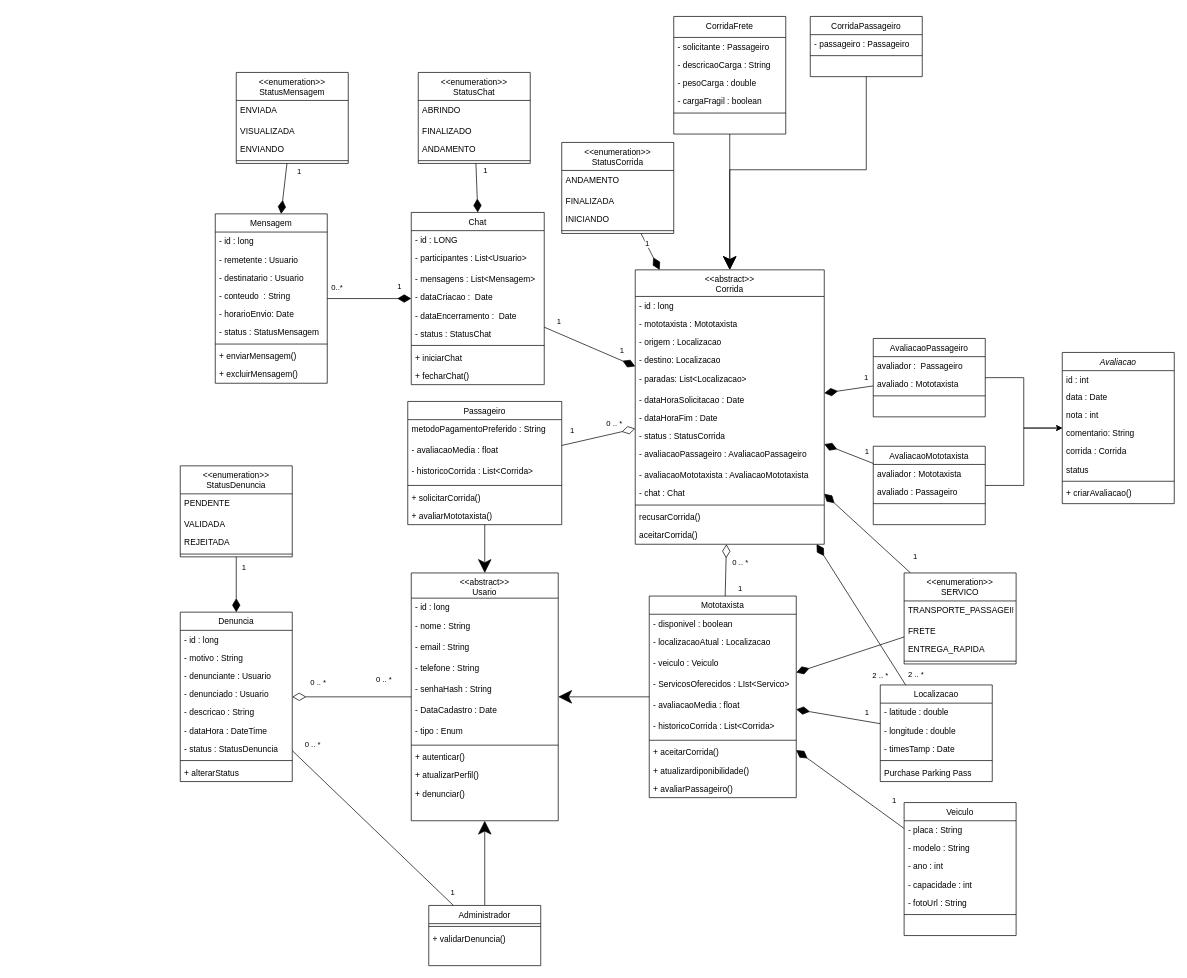
Earlier version of the draw.io diagram Diagrama de classe.drawio (josevictoraraujorojas/Route-Pires). Source tidied: cells renumbered, new cells numbered last; positions are measured from the earlier drawing's top-left corner, leaving out a move shared by most shapes. Both pictures are drawn from the tidied source at 70%, with x=0, y=0 at pixel (180, 16).
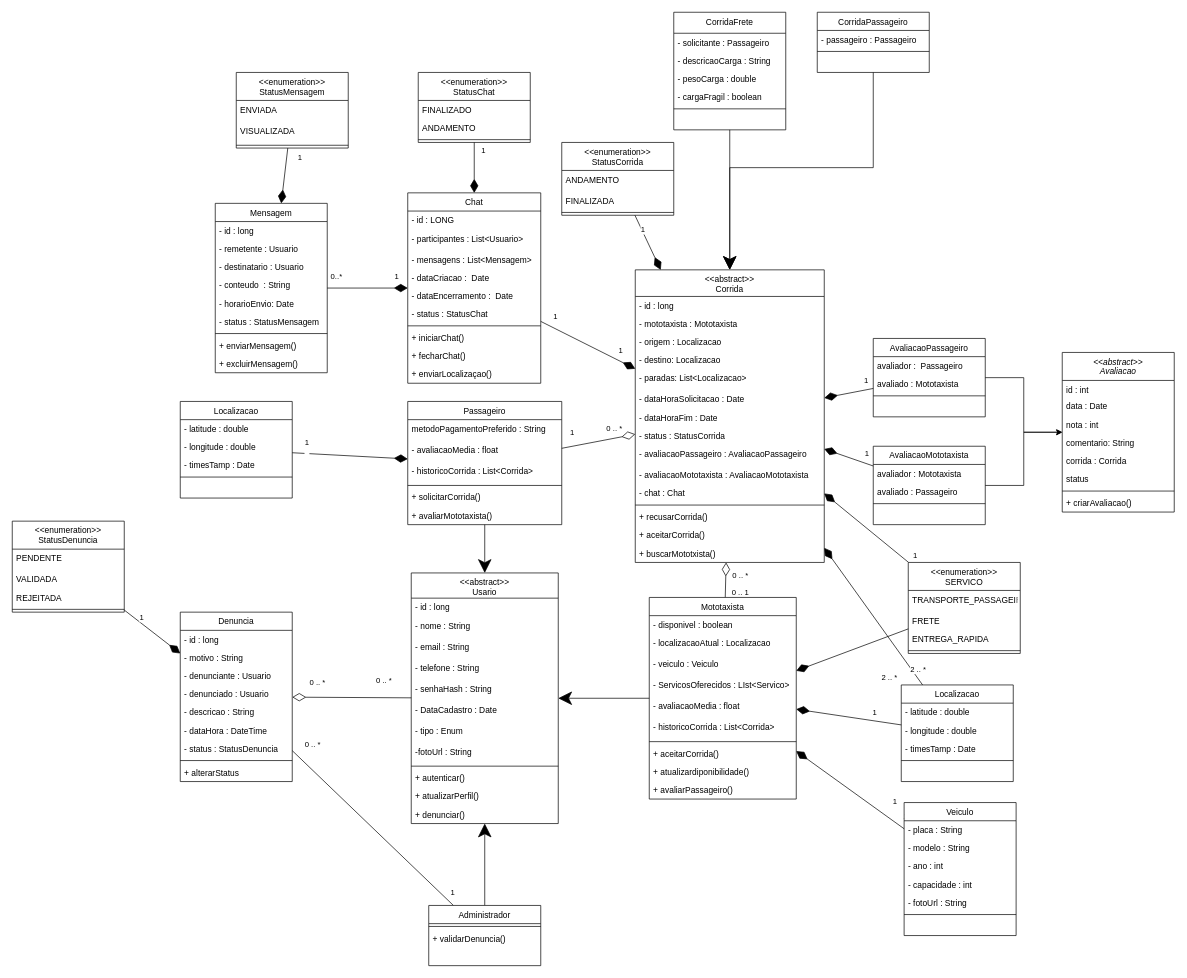
Above is the later version.

Unchanged cells that the change refers to:
```xml
<mxCell id="78" style="rounded=0;jettySize=auto;html=1;endArrow=diamondThin;startFill=0;endFill=0;endSize=17;" parent="1" edge="1" source="81" target="5">
  <mxGeometry relative="1" as="geometry" />
</mxCell>
<mxCell id="121" value="Passageiro" style="swimlane;fontStyle=0;align=center;verticalAlign=top;horizontal=1;startSize=26;rounded=0;shadow=0;strokeWidth=1;" parent="1" vertex="1">
  <mxGeometry x="325" y="550" width="220" height="176" as="geometry" />
</mxCell>
```

Change to the diagram source:
```diff
@@
     <mxCell id="5" value="&lt;&lt;abstract&gt;&gt;&#10;Corrida" style="swimlane;fontStyle=0;align=center;verticalAlign=top;horizontal=1;startSize=38;rounded=0;shadow=0;strokeWidth=1;" parent="1" vertex="1">
-      <mxGeometry x="650" y="362" width="270" height="392" as="geometry" />
+      <mxGeometry x="650" y="362" width="270" height="418" as="geometry" />
     </mxCell>
@@
-    <mxCell id="18" value="recusarCorrida()" style="text;align=left;verticalAlign=top;spacingLeft=4;spacingRight=4;overflow=hidden;" parent="5" vertex="1">
+    <mxCell id="18" value="+ recusarCorrida()" style="text;align=left;verticalAlign=top;spacingLeft=4;spacingRight=4;overflow=hidden;" parent="5" vertex="1">
       <mxGeometry y="340" width="270" height="26" as="geometry" />
     </mxCell>
-    <mxCell id="19" value="aceitarCorrida()" style="text;align=left;verticalAlign=top;spacingLeft=4;spacingRight=4;overflow=hidden;" parent="5" vertex="1">
+    <mxCell id="19" value="+ aceitarCorrida()" style="text;align=left;verticalAlign=top;spacingLeft=4;spacingRight=4;overflow=hidden;" parent="5" vertex="1">
       <mxGeometry y="366" width="270" height="26" as="geometry" />
     </mxCell>
+    <mxCell id="192" value="+ buscarMototxista()" style="text;align=left;verticalAlign=top;spacingLeft=4;spacingRight=4;overflow=hidden;" parent="5" vertex="1">
+      <mxGeometry y="392" width="270" height="26" as="geometry" />
+    </mxCell>
@@
     <mxCell id="21" value="CorridaPassageiro" style="swimlane;fontStyle=0;align=center;verticalAlign=top;horizontal=1;startSize=26;rounded=0;shadow=0;strokeWidth=1;" parent="1" vertex="1">
-      <mxGeometry x="900" width="160" height="86" as="geometry" />
+      <mxGeometry x="910" y="-6" width="160" height="86" as="geometry" />
     </mxCell>
@@
     <mxCell id="25" value="CorridaFrete" style="swimlane;fontStyle=0;align=center;verticalAlign=top;horizontal=1;startSize=30;rounded=0;shadow=0;strokeWidth=1;" parent="1" vertex="1">
-      <mxGeometry x="705" width="160" height="168" as="geometry" />
+      <mxGeometry x="705" y="-6" width="160" height="168" as="geometry" />
     </mxCell>
@@
     <mxCell id="34" value="Chat" style="swimlane;fontStyle=0;align=center;verticalAlign=top;horizontal=1;startSize=26;rounded=0;shadow=0;strokeWidth=1;" parent="1" vertex="1">
-      <mxGeometry x="330" y="280" width="190" height="246" as="geometry" />
+      <mxGeometry x="325" y="252" width="190" height="272" as="geometry" />
     </mxCell>
@@
-    <mxCell id="42" value="+ iniciarChat" style="text;align=left;verticalAlign=top;spacingLeft=4;spacingRight=4;overflow=hidden;" parent="34" vertex="1">
+    <mxCell id="42" value="+ iniciarChat()" style="text;align=left;verticalAlign=top;spacingLeft=4;spacingRight=4;overflow=hidden;" parent="34" vertex="1">
       <mxGeometry y="194" width="190" height="26" as="geometry" />
     </mxCell>
@@
+    <mxCell id="193" value="+ enviarLocalizaçao()" style="text;align=left;verticalAlign=top;spacingLeft=4;spacingRight=4;overflow=hidden;" parent="34" vertex="1">
+      <mxGeometry y="246" width="190" height="26" as="geometry" />
+    </mxCell>
     <mxCell id="44" value="Mensagem" style="swimlane;fontStyle=0;align=center;verticalAlign=top;horizontal=1;startSize=26;rounded=0;shadow=0;strokeWidth=1;" parent="1" vertex="1">
-      <mxGeometry x="50" y="282" width="160" height="242" as="geometry" />
+      <mxGeometry x="50" y="267" width="160" height="242" as="geometry" />
     </mxCell>
@@
-    <mxCell id="54" value="Avaliacao" style="swimlane;fontStyle=2;align=center;verticalAlign=top;horizontal=1;startSize=26;rounded=0;shadow=0;strokeWidth=1;" parent="1" vertex="1">
-      <mxGeometry x="1260" y="480" width="160" height="216" as="geometry" />
+    <mxCell id="54" value="&lt;&lt;abstract&gt;&gt;&#10;Avaliacao" style="swimlane;fontStyle=2;align=center;verticalAlign=top;horizontal=1;startSize=40;rounded=0;shadow=0;strokeWidth=1;" parent="1" vertex="1">
+      <mxGeometry x="1260" y="480" width="160" height="228" as="geometry" />
     </mxCell>
     <mxCell id="55" value="id : int" style="text;align=left;verticalAlign=top;spacingLeft=4;spacingRight=4;overflow=hidden;" parent="54" vertex="1">
-      <mxGeometry y="26" width="160" height="24" as="geometry" />
+      <mxGeometry y="40" width="160" height="24" as="geometry" />
     </mxCell>
     <mxCell id="56" value="data : Date" style="text;align=left;verticalAlign=top;spacingLeft=4;spacingRight=4;overflow=hidden;" parent="54" vertex="1">
-      <mxGeometry y="50" width="160" height="26" as="geometry" />
+      <mxGeometry y="64" width="160" height="26" as="geometry" />
     </mxCell>
     <mxCell id="57" value="nota : int " style="text;align=left;verticalAlign=top;spacingLeft=4;spacingRight=4;overflow=hidden;" parent="54" vertex="1">
-      <mxGeometry y="76" width="160" height="26" as="geometry" />
+      <mxGeometry y="90" width="160" height="26" as="geometry" />
     </mxCell>
     <mxCell id="58" value="comentario: String" style="text;align=left;verticalAlign=top;spacingLeft=4;spacingRight=4;overflow=hidden;" parent="54" vertex="1">
-      <mxGeometry y="102" width="160" height="26" as="geometry" />
+      <mxGeometry y="116" width="160" height="26" as="geometry" />
     </mxCell>
     <mxCell id="59" value="corrida : Corrida" style="text;align=left;verticalAlign=top;spacingLeft=4;spacingRight=4;overflow=hidden;" parent="54" vertex="1">
-      <mxGeometry y="128" width="160" height="26" as="geometry" />
+      <mxGeometry y="142" width="160" height="26" as="geometry" />
     </mxCell>
     <mxCell id="60" value="status" style="text;align=left;verticalAlign=top;spacingLeft=4;spacingRight=4;overflow=hidden;" parent="54" vertex="1">
-      <mxGeometry y="154" width="160" height="26" as="geometry" />
+      <mxGeometry y="168" width="160" height="26" as="geometry" />
     </mxCell>
     <mxCell id="61" style="line;html=1;strokeWidth=1;align=left;verticalAlign=middle;spacingTop=-1;spacingLeft=3;spacingRight=3;labelPosition=right;" parent="54" vertex="1">
-      <mxGeometry y="180" width="160" height="8" as="geometry" />
+      <mxGeometry y="194" width="160" height="8" as="geometry" />
     </mxCell>
     <mxCell id="62" value="+ criarAvaliacao()" style="text;align=left;verticalAlign=top;spacingLeft=4;spacingRight=4;overflow=hidden;" parent="54" vertex="1">
-      <mxGeometry y="188" width="160" height="26" as="geometry" />
+      <mxGeometry y="202" width="160" height="26" as="geometry" />
     </mxCell>
@@
-    <mxCell id="80" value="1" style="edgeLabel;html=1;align=center;verticalAlign=middle;" parent="78" vertex="1">
+    <mxCell id="80" value="0 .. 1" style="edgeLabel;html=1;align=center;verticalAlign=middle;" parent="78" vertex="1">
       <mxGeometry x="-0.67" y="-1" relative="1" as="geometry">
         <mxPoint x="20" as="offset" />
       </mxGeometry>
     </mxCell>
     <mxCell id="81" value="Mototaxista" style="swimlane;fontStyle=0;align=center;verticalAlign=top;horizontal=1;startSize=26;rounded=0;shadow=0;strokeWidth=1;" parent="1" vertex="1">
-      <mxGeometry x="670" y="828" width="210" height="288" as="geometry" />
+      <mxGeometry x="670" y="830" width="210" height="288" as="geometry" />
     </mxCell>
@@
     <mxCell id="105" value="&lt;&lt;abstract&gt;&gt;&#10;Usario" style="swimlane;fontStyle=0;align=center;verticalAlign=top;horizontal=1;startSize=36;rounded=0;shadow=0;strokeWidth=1;" parent="1" vertex="1">
-      <mxGeometry x="330" y="795" width="210" height="354" as="geometry" />
+      <mxGeometry x="330" y="795" width="210" height="358" as="geometry" />
     </mxCell>
@@
+    <mxCell id="194" value="-fotoUrl : String" style="text;align=left;verticalAlign=top;spacingLeft=4;spacingRight=4;overflow=hidden;" parent="105" vertex="1">
+      <mxGeometry y="242" width="210" height="30" as="geometry" />
+    </mxCell>
     <mxCell id="113" style="line;html=1;strokeWidth=1;align=left;verticalAlign=middle;spacingTop=-1;spacingLeft=3;spacingRight=3;labelPosition=right;" parent="105" vertex="1">
-      <mxGeometry y="242" width="210" height="8" as="geometry" />
+      <mxGeometry y="272" width="210" height="8" as="geometry" />
     </mxCell>
     <mxCell id="114" value="+ autenticar()" style="text;align=left;verticalAlign=top;spacingLeft=4;spacingRight=4;overflow=hidden;" parent="105" vertex="1">
-      <mxGeometry y="250" width="210" height="26" as="geometry" />
+      <mxGeometry y="280" width="210" height="26" as="geometry" />
     </mxCell>
     <mxCell id="115" value="+ atualizarPerfil()" style="text;align=left;verticalAlign=top;spacingLeft=4;spacingRight=4;overflow=hidden;" parent="105" vertex="1">
-      <mxGeometry y="276" width="210" height="26" as="geometry" />
+      <mxGeometry y="306" width="210" height="26" as="geometry" />
     </mxCell>
     <mxCell id="116" value="+ denunciar()" style="text;align=left;verticalAlign=top;spacingLeft=4;spacingRight=4;overflow=hidden;" parent="105" vertex="1">
-      <mxGeometry y="302" width="210" height="26" as="geometry" />
+      <mxGeometry y="332" width="210" height="26" as="geometry" />
     </mxCell>
@@
     <mxCell id="132" value="Localizacao" style="swimlane;fontStyle=0;align=center;verticalAlign=top;horizontal=1;startSize=26;rounded=0;shadow=0;strokeWidth=1;" parent="1" vertex="1">
-      <mxGeometry x="1000" y="955" width="160" height="138" as="geometry" />
+      <mxGeometry x="1030" y="955" width="160" height="138" as="geometry" />
     </mxCell>
@@
-    <mxCell id="137" value="Purchase Parking Pass" style="text;align=left;verticalAlign=top;spacingLeft=4;spacingRight=4;overflow=hidden;" parent="132" vertex="1">
-      <mxGeometry y="112" width="160" height="26" as="geometry" />
-    </mxCell>
@@
     <mxCell id="157" value="&lt;&lt;enumeration&gt;&gt;&#10;StatusDenuncia" style="swimlane;fontStyle=0;align=center;verticalAlign=top;horizontal=1;startSize=40;rounded=0;shadow=0;strokeWidth=1;" parent="1" vertex="1">
-      <mxGeometry y="642" width="160" height="130" as="geometry" />
+      <mxGeometry x="-240" y="721" width="160" height="130" as="geometry" />
     </mxCell>
@@
     <mxCell id="166" value="&lt;&lt;enumeration&gt;&gt;&#10;SERVICO" style="swimlane;fontStyle=0;align=center;verticalAlign=top;horizontal=1;startSize=40;rounded=0;shadow=0;strokeWidth=1;" parent="1" vertex="1">
-      <mxGeometry x="1034.1" y="795" width="160" height="130" as="geometry" />
+      <mxGeometry x="1040" y="780" width="160" height="130" as="geometry" />
     </mxCell>
@@
     <mxCell id="173" value="&lt;&lt;enumeration&gt;&gt;&#10;StatusMensagem" style="swimlane;fontStyle=0;align=center;verticalAlign=top;horizontal=1;startSize=40;rounded=0;shadow=0;strokeWidth=1;" parent="1" vertex="1">
-      <mxGeometry x="80" y="80" width="160" height="130" as="geometry" />
+      <mxGeometry x="80" y="80" width="160" height="108" as="geometry" />
     </mxCell>
@@
     <mxCell id="175" value="VISUALIZADA" style="text;align=left;verticalAlign=top;spacingLeft=4;spacingRight=4;overflow=hidden;" parent="173" vertex="1">
-      <mxGeometry y="70" width="160" height="26" as="geometry" />
+      <mxGeometry y="70" width="160" height="30" as="geometry" />
     </mxCell>
-    <mxCell id="176" value="ENVIANDO" style="text;align=left;verticalAlign=top;spacingLeft=4;spacingRight=4;overflow=hidden;" parent="173" vertex="1">
-      <mxGeometry y="96" width="160" height="26" as="geometry" />
-    </mxCell>
     <mxCell id="177" style="line;html=1;strokeWidth=1;align=left;verticalAlign=middle;spacingTop=-1;spacingLeft=3;spacingRight=3;labelPosition=right;" parent="173" vertex="1">
-      <mxGeometry y="122" width="160" height="8" as="geometry" />
+      <mxGeometry y="100" width="160" height="8" as="geometry" />
     </mxCell>
@@
     <mxCell id="180" value="&lt;&lt;enumeration&gt;&gt;&#10;StatusChat" style="swimlane;fontStyle=0;align=center;verticalAlign=top;horizontal=1;startSize=40;rounded=0;shadow=0;strokeWidth=1;" parent="1" vertex="1">
-      <mxGeometry x="340" y="80" width="160" height="130" as="geometry" />
+      <mxGeometry x="340" y="80" width="160" height="100" as="geometry" />
     </mxCell>
-    <mxCell id="181" value="ABRINDO" style="text;align=left;verticalAlign=top;spacingLeft=4;spacingRight=4;overflow=hidden;" parent="180" vertex="1">
-      <mxGeometry y="40" width="160" height="30" as="geometry" />
-    </mxCell>
     <mxCell id="182" value="FINALIZADO" style="text;align=left;verticalAlign=top;spacingLeft=4;spacingRight=4;overflow=hidden;" parent="180" vertex="1">
-      <mxGeometry y="70" width="160" height="26" as="geometry" />
+      <mxGeometry y="40" width="160" height="26" as="geometry" />
     </mxCell>
     <mxCell id="183" value="ANDAMENTO" style="text;align=left;verticalAlign=top;spacingLeft=4;spacingRight=4;overflow=hidden;" parent="180" vertex="1">
-      <mxGeometry y="96" width="160" height="26" as="geometry" />
+      <mxGeometry y="66" width="160" height="26" as="geometry" />
     </mxCell>
     <mxCell id="184" style="line;html=1;strokeWidth=1;align=left;verticalAlign=middle;spacingTop=-1;spacingLeft=3;spacingRight=3;labelPosition=right;" parent="180" vertex="1">
-      <mxGeometry y="122" width="160" height="8" as="geometry" />
+      <mxGeometry y="92" width="160" height="8" as="geometry" />
     </mxCell>
@@
     <mxCell id="187" value="&lt;&lt;enumeration&gt;&gt;&#10;StatusCorrida" style="swimlane;fontStyle=0;align=center;verticalAlign=top;horizontal=1;startSize=40;rounded=0;shadow=0;strokeWidth=1;" parent="1" vertex="1">
-      <mxGeometry x="545" y="180" width="160" height="130" as="geometry" />
+      <mxGeometry x="545" y="180" width="160" height="104" as="geometry" />
     </mxCell>
@@
-    <mxCell id="190" value="INICIANDO" style="text;align=left;verticalAlign=top;spacingLeft=4;spacingRight=4;overflow=hidden;" parent="187" vertex="1">
-      <mxGeometry y="96" width="160" height="26" as="geometry" />
-    </mxCell>
     <mxCell id="191" style="line;html=1;strokeWidth=1;align=left;verticalAlign=middle;spacingTop=-1;spacingLeft=3;spacingRight=3;labelPosition=right;" parent="187" vertex="1">
-      <mxGeometry y="122" width="160" height="8" as="geometry" />
+      <mxGeometry y="96" width="160" height="8" as="geometry" />
     </mxCell>
+    <mxCell id="195" style="rounded=0;jettySize=auto;html=1;endArrow=diamondThin;endFill=1;endSize=17;" parent="1" edge="1" source="197" target="121">
+      <mxGeometry relative="1" as="geometry" />
+    </mxCell>
+    <mxCell id="196" value="1&lt;div&gt;&lt;br&gt;&lt;/div&gt;" style="edgeLabel;html=1;align=center;verticalAlign=middle;" parent="195" vertex="1">
+      <mxGeometry x="-0.75" y="-1" relative="1" as="geometry">
+        <mxPoint y="-10" as="offset" />
+      </mxGeometry>
+    </mxCell>
+    <mxCell id="197" value="Localizacao" style="swimlane;fontStyle=0;align=center;verticalAlign=top;horizontal=1;startSize=26;rounded=0;shadow=0;strokeWidth=1;" parent="1" vertex="1">
+      <mxGeometry y="550" width="160" height="138" as="geometry" />
+    </mxCell>
+    <mxCell id="198" value="- latitude : double" style="text;align=left;verticalAlign=top;spacingLeft=4;spacingRight=4;overflow=hidden;" parent="197" vertex="1">
+      <mxGeometry y="26" width="160" height="26" as="geometry" />
+    </mxCell>
+    <mxCell id="199" value="- longitude : double " style="text;align=left;verticalAlign=top;spacingLeft=4;spacingRight=4;overflow=hidden;" parent="197" vertex="1">
+      <mxGeometry y="52" width="160" height="26" as="geometry" />
+    </mxCell>
+    <mxCell id="200" value="- timesTamp : Date " style="text;align=left;verticalAlign=top;spacingLeft=4;spacingRight=4;overflow=hidden;" parent="197" vertex="1">
+      <mxGeometry y="78" width="160" height="26" as="geometry" />
+    </mxCell>
+    <mxCell id="201" style="line;html=1;strokeWidth=1;align=left;verticalAlign=middle;spacingTop=-1;spacingLeft=3;spacingRight=3;labelPosition=right;" parent="197" vertex="1">
+      <mxGeometry y="104" width="160" height="8" as="geometry" />
+    </mxCell>
```
